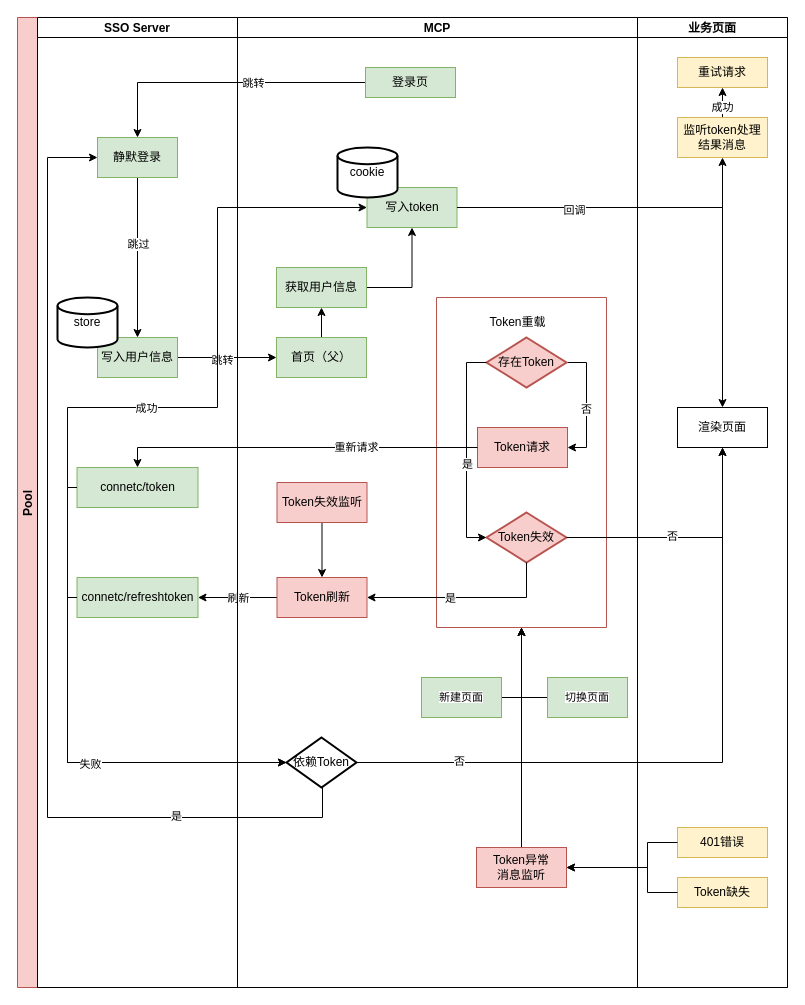
Above: oidc访问令牌流程.drawio in stonefromsky/workflowchart (draw.io), before the change. Source tidied: cells renumbered, new cells numbered last; positions are measured from the earlier drawing's top-left corner, leaving out a move shared by most shapes. Both pictures are drawn from the tidied source at 100%, with x=0, y=0 at pixel (17, 17).
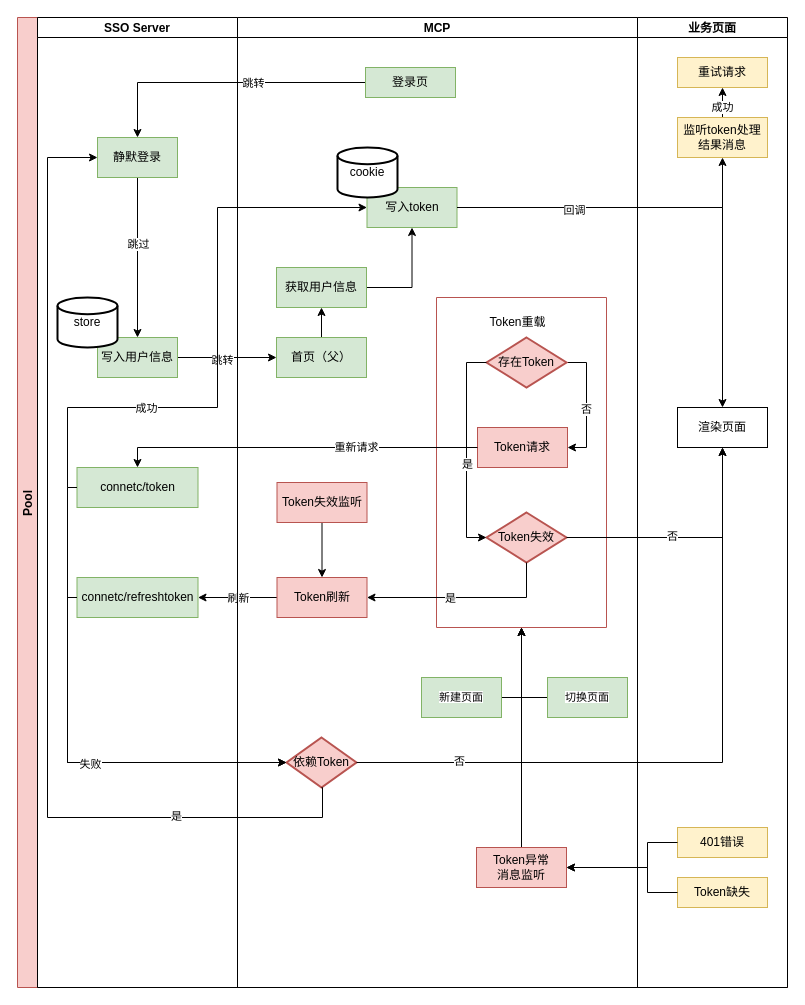
Above is the later version.

Commit message:
更新oidc访问令牌流程.drawio

The change refers to these unchanged cells:
```xml
<mxCell id="18" value="MCP" style="swimlane;startSize=20;" parent="2" vertex="1">
  <mxGeometry x="220" width="400" height="970" as="geometry" />
</mxCell>
```

The edit, as a diff of the source:
```diff
@@
-    <mxCell id="38" value="依赖Token" style="strokeWidth=2;html=1;shape=mxgraph.flowchart.decision;whiteSpace=wrap;" parent="18" vertex="1">
+    <mxCell id="38" value="依赖Token" style="strokeWidth=2;html=1;shape=mxgraph.flowchart.decision;whiteSpace=wrap;fillColor=#f8cecc;strokeColor=#b85450;" parent="18" vertex="1">
       <mxGeometry x="49" y="720" width="70" height="50" as="geometry" />
     </mxCell>
```
